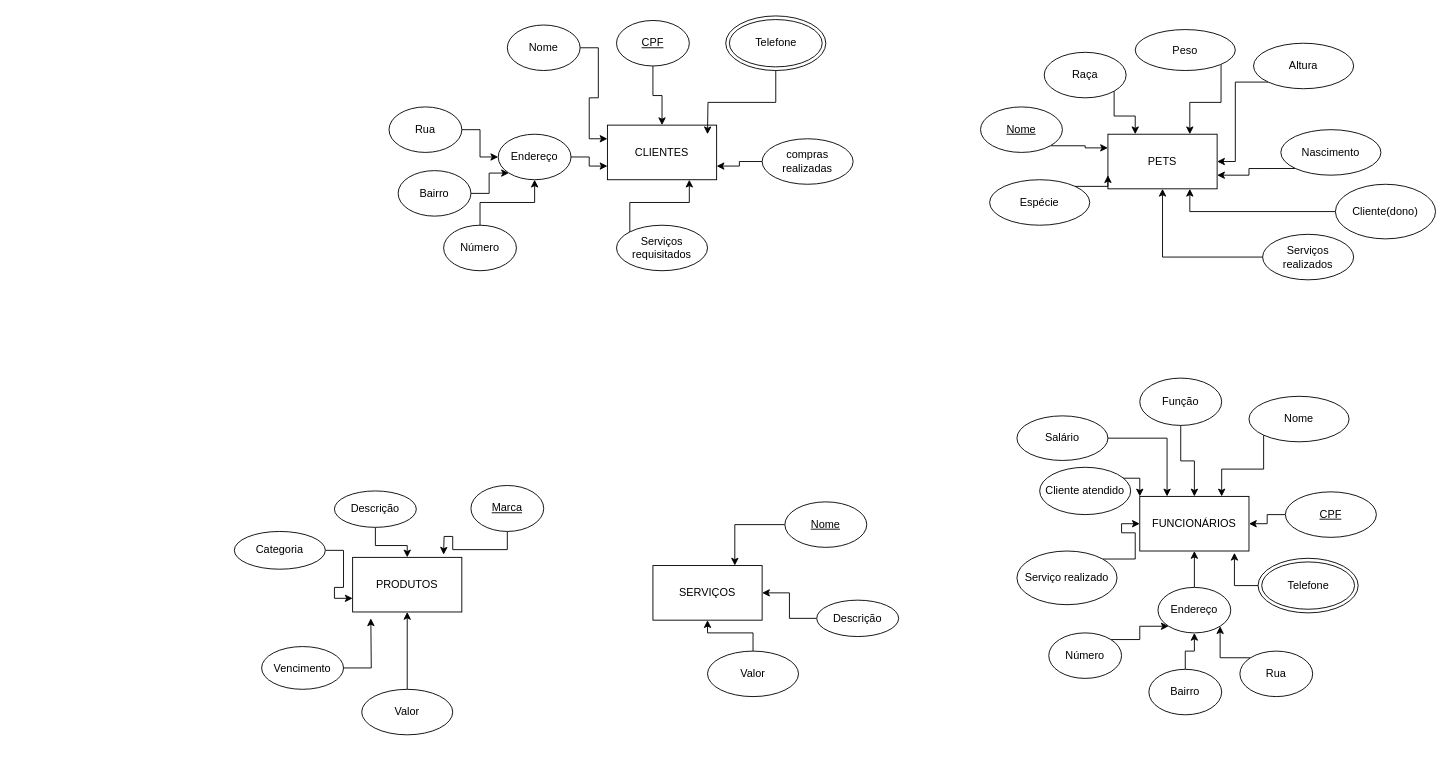
Before: Untitled Diagram.drawio in analaura09/Banco-de-Dados, a draw.io diagram. Source tidied: cells renumbered, new cells numbered last; positions are measured from the earlier drawing's top-left corner, leaving out a move shared by most shapes. Both pictures are drawn from the tidied source at 91%, with x=0, y=0 at pixel (234, 15).
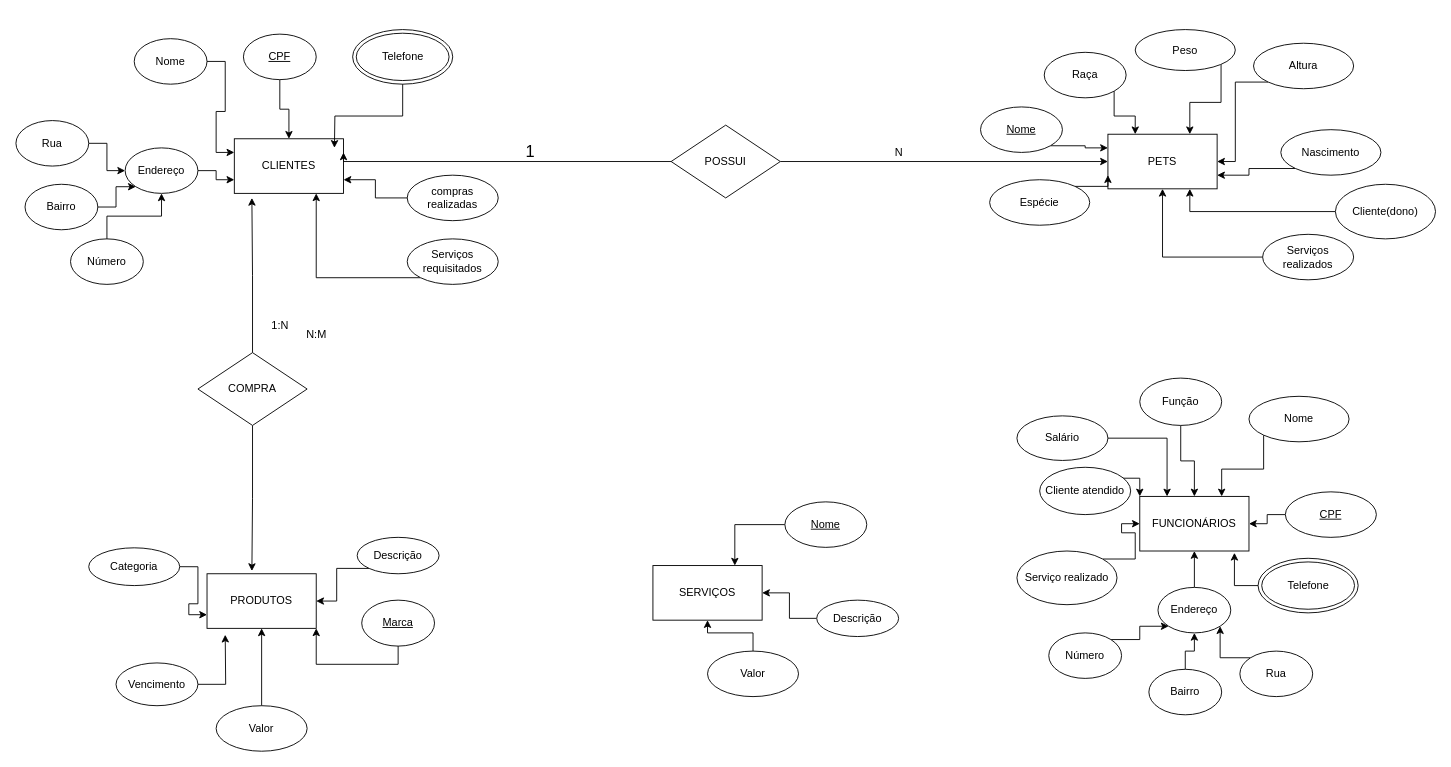
The same diagram, later.

Unchanged cells that the change refers to:
```xml
<mxCell id="3" value="PETS" style="rounded=0;whiteSpace=wrap;html=1;" parent="1" vertex="1">
  <mxGeometry x="960" y="130" width="120" height="60" as="geometry" />
</mxCell>
```

Change to the diagram source:
```diff
@@
     <mxCell id="2" value="CLIENTES" style="rounded=0;whiteSpace=wrap;html=1;" parent="1" vertex="1">
-      <mxGeometry x="410" y="120" width="120" height="60" as="geometry" />
+      <mxGeometry y="135" width="120" height="60" as="geometry" />
     </mxCell>
@@
     <mxCell id="6" value="Nome" style="ellipse;whiteSpace=wrap;html=1;" parent="1" vertex="1">
-      <mxGeometry x="300" y="10" width="80" height="50" as="geometry" />
+      <mxGeometry x="-110" y="25" width="80" height="50" as="geometry" />
     </mxCell>
@@
     <mxCell id="8" value="&lt;u&gt;CPF&lt;/u&gt;" style="ellipse;whiteSpace=wrap;html=1;" parent="1" vertex="1">
-      <mxGeometry x="420" y="5" width="80" height="50" as="geometry" />
+      <mxGeometry x="10" y="20" width="80" height="50" as="geometry" />
     </mxCell>
@@
     <mxCell id="10" value="Endereço" style="ellipse;whiteSpace=wrap;html=1;" parent="1" vertex="1">
-      <mxGeometry x="290" y="130" width="80" height="50" as="geometry" />
+      <mxGeometry x="-120" y="145" width="80" height="50" as="geometry" />
     </mxCell>
@@
     <mxCell id="12" value="Rua" style="ellipse;whiteSpace=wrap;html=1;" parent="1" vertex="1">
-      <mxGeometry x="170" y="100" width="80" height="50" as="geometry" />
+      <mxGeometry x="-240" y="115" width="80" height="50" as="geometry" />
     </mxCell>
@@
     <mxCell id="14" value="Bairro" style="ellipse;whiteSpace=wrap;html=1;" parent="1" vertex="1">
-      <mxGeometry x="180" y="170" width="80" height="50" as="geometry" />
+      <mxGeometry x="-230" y="185" width="80" height="50" as="geometry" />
     </mxCell>
@@
     <mxCell id="16" value="Número" style="ellipse;whiteSpace=wrap;html=1;" parent="1" vertex="1">
-      <mxGeometry x="230" y="230" width="80" height="50" as="geometry" />
+      <mxGeometry x="-180" y="245" width="80" height="50" as="geometry" />
     </mxCell>
     <mxCell id="17" style="edgeStyle=orthogonalEdgeStyle;rounded=0;jettySize=auto;html=1;exitX=0.5;exitY=1;exitDx=0;exitDy=0;" parent="1" edge="1" source="18">
       <mxGeometry relative="1" as="geometry">
-        <mxPoint x="520" y="130" as="targetPoint" />
+        <mxPoint x="110" y="145" as="targetPoint" />
       </mxGeometry>
     </mxCell>
     <mxCell id="18" value="Telefone" style="ellipse;html=1;shape=endState;fillColor=#FFFFFF;strokeColor=#000000;shadow=0;" parent="1" vertex="1">
-      <mxGeometry x="540" width="110" height="60" as="geometry" />
+      <mxGeometry x="130" y="15" width="110" height="60" as="geometry" />
     </mxCell>
@@
     <mxCell id="47" value="PRODUTOS" style="rounded=0;whiteSpace=wrap;html=1;shadow=0;strokeColor=#000000;fillColor=#FFFFFF;" parent="1" vertex="1">
-      <mxGeometry x="130" y="595" width="120" height="60" as="geometry" />
+      <mxGeometry x="-30" y="613" width="120" height="60" as="geometry" />
     </mxCell>
-    <mxCell id="48" style="edgeStyle=orthogonalEdgeStyle;rounded=0;jettySize=auto;html=1;exitX=0.5;exitY=1;exitDx=0;exitDy=0;entryX=0.5;entryY=0;entryDx=0;entryDy=0;" parent="1" edge="1" source="49" target="47">
+    <mxCell id="48" style="edgeStyle=orthogonalEdgeStyle;rounded=0;jettySize=auto;html=1;exitX=0;exitY=1;exitDx=0;exitDy=0;entryX=1;entryY=0.5;entryDx=0;entryDy=0;" parent="1" edge="1" source="49" target="47">
       <mxGeometry relative="1" as="geometry" />
     </mxCell>
     <mxCell id="49" value="Descrição" style="ellipse;whiteSpace=wrap;html=1;shadow=0;strokeColor=#000000;fillColor=#FFFFFF;" parent="1" vertex="1">
-      <mxGeometry x="110" y="522" width="90" height="40" as="geometry" />
+      <mxGeometry x="135" y="573" width="90" height="40" as="geometry" />
     </mxCell>
-    <mxCell id="50" style="edgeStyle=orthogonalEdgeStyle;rounded=0;jettySize=auto;html=1;exitX=0.5;exitY=1;exitDx=0;exitDy=0;" parent="1" edge="1" source="51">
-      <mxGeometry relative="1" as="geometry">
-        <mxPoint x="230" y="592" as="targetPoint" />
-      </mxGeometry>
+    <mxCell id="50" style="edgeStyle=orthogonalEdgeStyle;rounded=0;jettySize=auto;html=1;exitX=0.5;exitY=1;exitDx=0;exitDy=0;entryX=1;entryY=1;entryDx=0;entryDy=0;" parent="1" edge="1" source="51" target="47">
+      <mxGeometry relative="1" as="geometry" />
     </mxCell>
     <mxCell id="51" value="&lt;u&gt;Marca&lt;/u&gt;" style="ellipse;whiteSpace=wrap;html=1;shadow=0;strokeColor=#000000;fillColor=#FFFFFF;" parent="1" vertex="1">
-      <mxGeometry x="260" y="516" width="80" height="50.5" as="geometry" />
+      <mxGeometry x="140" y="642" width="80" height="50.5" as="geometry" />
     </mxCell>
     <mxCell id="52" style="edgeStyle=orthogonalEdgeStyle;rounded=0;jettySize=auto;html=1;exitX=1;exitY=0.5;exitDx=0;exitDy=0;" parent="1" edge="1" source="53">
       <mxGeometry relative="1" as="geometry">
-        <mxPoint x="150" y="662" as="targetPoint" />
+        <mxPoint x="-10" y="680" as="targetPoint" />
       </mxGeometry>
     </mxCell>
     <mxCell id="53" value="Vencimento" style="ellipse;whiteSpace=wrap;html=1;shadow=0;strokeColor=#000000;fillColor=#FFFFFF;" parent="1" vertex="1">
-      <mxGeometry x="30" y="693" width="90" height="47" as="geometry" />
+      <mxGeometry x="-130" y="711" width="90" height="47" as="geometry" />
     </mxCell>
@@
     <mxCell id="55" value="Categoria" style="ellipse;whiteSpace=wrap;html=1;shadow=0;strokeColor=#000000;fillColor=#FFFFFF;" parent="1" vertex="1">
-      <mxGeometry y="566.5" width="100" height="41.5" as="geometry" />
+      <mxGeometry x="-160" y="584.5" width="100" height="41.5" as="geometry" />
     </mxCell>
@@
     <mxCell id="57" value="Valor" style="ellipse;whiteSpace=wrap;html=1;shadow=0;strokeColor=#000000;fillColor=#FFFFFF;" parent="1" vertex="1">
-      <mxGeometry x="140" y="740" width="100" height="50" as="geometry" />
+      <mxGeometry x="-20" y="758" width="100" height="50" as="geometry" />
     </mxCell>
@@
     <mxCell id="59" value="compras realizadas" style="ellipse;whiteSpace=wrap;html=1;shadow=0;strokeColor=#000000;fillColor=#FFFFFF;" parent="1" vertex="1">
-      <mxGeometry x="580" y="135" width="100" height="50" as="geometry" />
+      <mxGeometry x="190" y="175" width="100" height="50" as="geometry" />
     </mxCell>
@@
     <mxCell id="61" value="Serviços requisitados" style="ellipse;whiteSpace=wrap;html=1;shadow=0;strokeColor=#000000;fillColor=#FFFFFF;" parent="1" vertex="1">
-      <mxGeometry x="420" y="230" width="100" height="50" as="geometry" />
+      <mxGeometry x="190" y="245" width="100" height="50" as="geometry" />
     </mxCell>
@@
+    <mxCell id="79" style="edgeStyle=orthogonalEdgeStyle;rounded=0;jettySize=auto;html=1;exitX=0;exitY=0.5;exitDx=0;exitDy=0;entryX=1;entryY=0.25;entryDx=0;entryDy=0;" parent="1" edge="1" source="81" target="2">
+      <mxGeometry relative="1" as="geometry">
+        <Array as="points">
+          <mxPoint x="120" y="160" />
+        </Array>
+      </mxGeometry>
+    </mxCell>
+    <mxCell id="80" style="edgeStyle=orthogonalEdgeStyle;rounded=0;jettySize=auto;html=1;exitX=1;exitY=0.5;exitDx=0;exitDy=0;entryX=0;entryY=0.5;entryDx=0;entryDy=0;" parent="1" edge="1" source="81" target="3">
+      <mxGeometry relative="1" as="geometry" />
+    </mxCell>
+    <mxCell id="81" value="POSSUI" style="rhombus;whiteSpace=wrap;html=1;shadow=0;strokeColor=#000000;fillColor=#FFFFFF;" parent="1" vertex="1">
+      <mxGeometry x="480" y="120" width="120" height="80" as="geometry" />
+    </mxCell>
+    <mxCell id="82" value="&lt;font style=&quot;font-size: 18px&quot;&gt;1&lt;/font&gt;" style="text;html=1;align=center;verticalAlign=middle;" parent="1" vertex="1">
+      <mxGeometry x="310" y="140" width="30" height="20" as="geometry" />
+    </mxCell>
+    <mxCell id="83" value="N" style="text;html=1;align=center;verticalAlign=middle;" parent="1" vertex="1">
+      <mxGeometry x="720" y="140" width="20" height="20" as="geometry" />
+    </mxCell>
+    <mxCell id="84" style="edgeStyle=orthogonalEdgeStyle;rounded=0;jettySize=auto;html=1;exitX=0.5;exitY=0;exitDx=0;exitDy=0;" parent="1" edge="1" source="86">
+      <mxGeometry relative="1" as="geometry">
+        <mxPoint x="19.3" y="200" as="targetPoint" />
+      </mxGeometry>
+    </mxCell>
+    <mxCell id="85" style="edgeStyle=orthogonalEdgeStyle;rounded=0;jettySize=auto;html=1;exitX=0.5;exitY=1;exitDx=0;exitDy=0;" parent="1" edge="1" source="86">
+      <mxGeometry relative="1" as="geometry">
+        <mxPoint x="19.3" y="610" as="targetPoint" />
+      </mxGeometry>
+    </mxCell>
+    <mxCell id="86" value="COMPRA" style="rhombus;whiteSpace=wrap;html=1;shadow=0;strokeColor=#000000;fillColor=#FFFFFF;" parent="1" vertex="1">
+      <mxGeometry x="-40" y="370" width="120" height="80" as="geometry" />
+    </mxCell>
+    <mxCell id="87" value="1:N" style="text;html=1;align=center;verticalAlign=middle;" parent="1" vertex="1">
+      <mxGeometry x="35" y="330" width="30" height="20" as="geometry" />
+    </mxCell>
+    <mxCell id="88" value="N:M" style="text;html=1;align=center;verticalAlign=middle;" parent="1" vertex="1">
+      <mxGeometry x="70" y="340" width="40" height="20" as="geometry" />
+    </mxCell>
```
